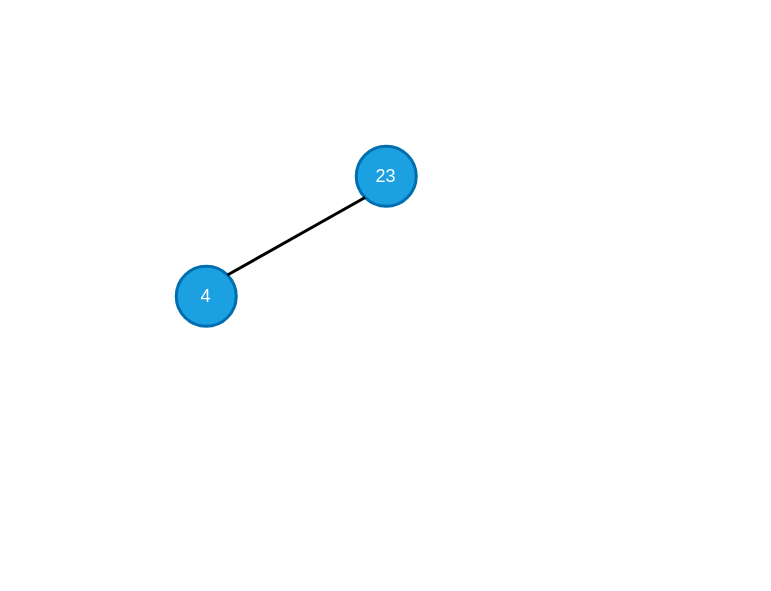
Above: page "07" (7 of 43) of diagrams/bst_insert.drawio in burpeesDaily/forest-python (draw.io), before the change. Source tidied: cells renumbered, new cells numbered last; positions are measured from the earlier drawing's top-left corner, leaving out a move shared by most shapes. Both pictures are drawn from the tidied source at 150%, with x=0, y=0 at pixel (26, 26).
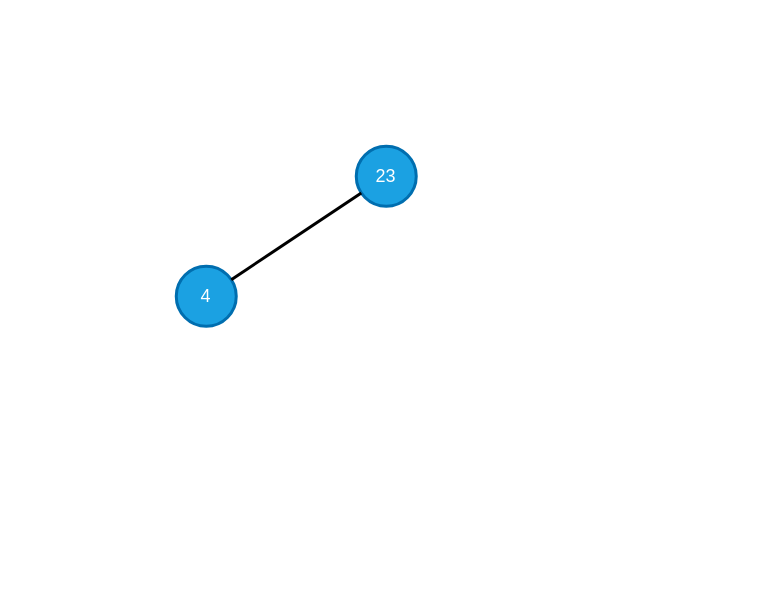
Above is the later version.

Diff of the diagram source:
```diff
@@
 <mxGraphModel>
   <root>
     <mxCell id="0" />
     <mxCell id="1" parent="0" />
     <mxCell id="2" style="rounded=0;whiteSpace=wrap;html=1;fillColor=#FFFFFF;strokeColor=none;" parent="1" vertex="1">
       <mxGeometry width="480" height="360" as="geometry" />
     </mxCell>
     <mxCell id="3" value="23" style="ellipse;whiteSpace=wrap;html=1;strokeColor=#006EAF;strokeWidth=2;fillColor=#1ba1e2;fontColor=#ffffff;" parent="1" vertex="1">
       <mxGeometry x="220" y="80" width="40" height="40" as="geometry" />
     </mxCell>
     <mxCell id="4" value="4" style="ellipse;whiteSpace=wrap;html=1;strokeColor=#006EAF;strokeWidth=2;fillColor=#1ba1e2;fontColor=#ffffff;" parent="1" vertex="1">
       <mxGeometry x="100" y="160" width="40" height="40" as="geometry" />
     </mxCell>
-    <mxCell id="5" style="endArrow=none;html=1;strokeColor=#000000;strokeWidth=2;entryX=0;entryY=1;entryDx=0;entryDy=0;exitX=1;exitY=0;exitDx=0;exitDy=0;" parent="1" edge="1" source="4" target="3">
+    <mxCell id="5" style="endArrow=none;html=1;strokeColor=#000000;strokeWidth=2;" parent="1" edge="1" source="4" target="3">
       <mxGeometry relative="1" as="geometry" />
     </mxCell>
   </root>
 </mxGraphModel>
```
